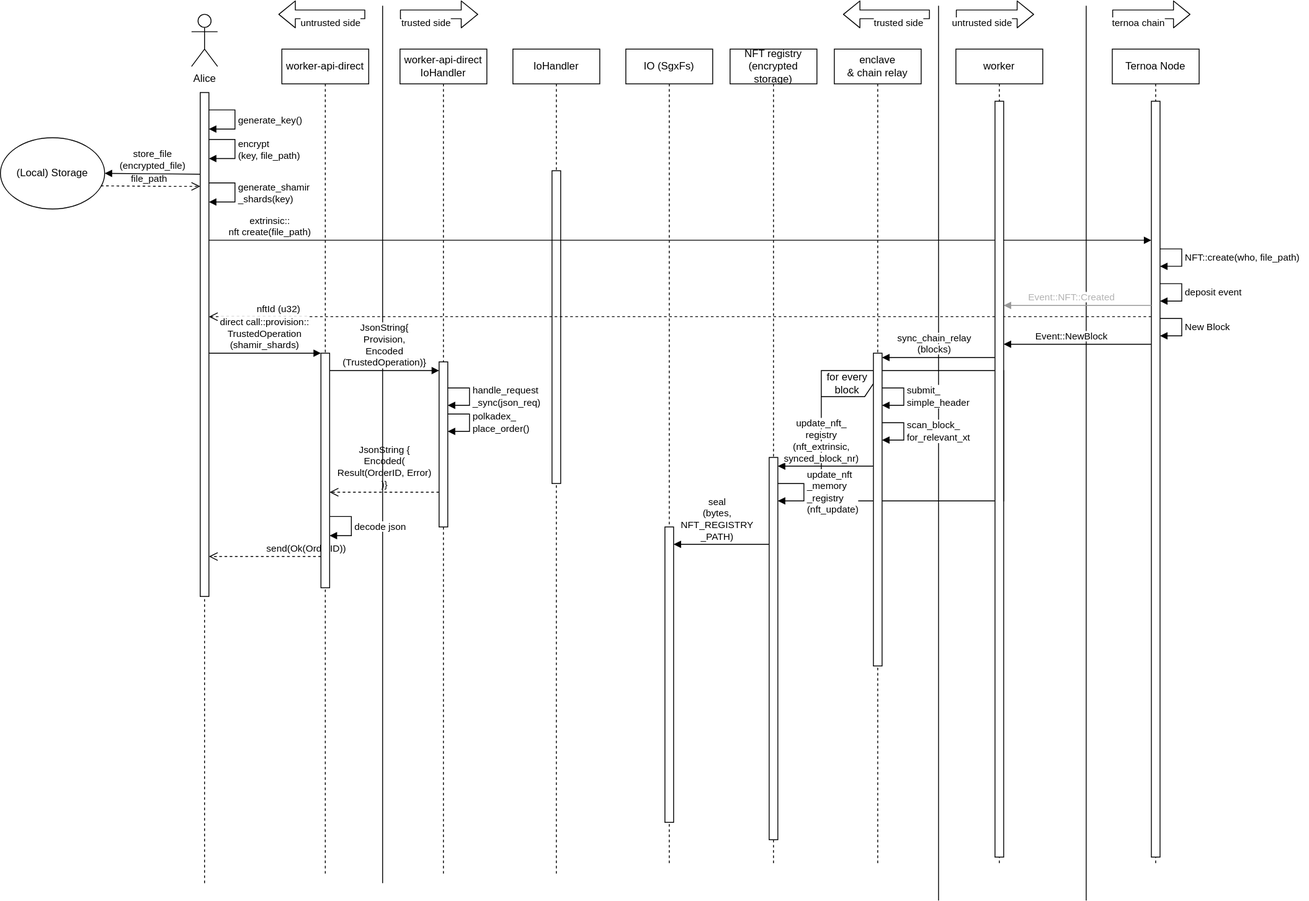
Earlier version of the draw.io export capsule_sequence_diagram.svg (haerdib/substraTEE_diagramms). Source tidied: cells renumbered, new cells last; positions are measured from the earlier drawing's top-left corner, leaving out a move shared by most shapes.
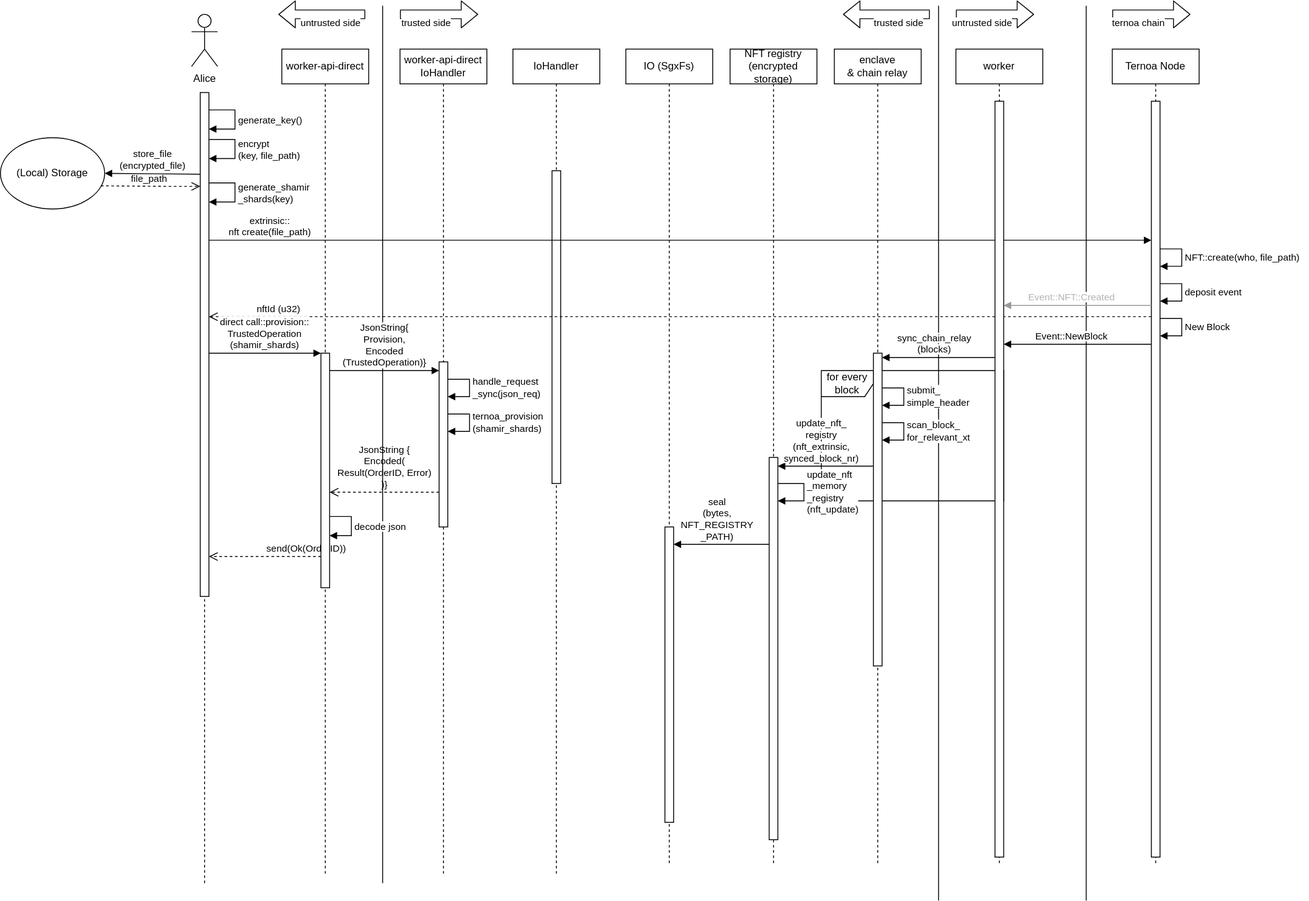
Later version of the same file.

Change to the diagram source:
```diff
@@ -306,15 +306,15 @@
     </mxCell>
     <mxCell id="58" value="&lt;div&gt;handle_request&lt;/div&gt;&lt;div&gt;_sync(json_req)&lt;br&gt;&lt;/div&gt;" style="edgeStyle=orthogonalEdgeStyle;html=1;align=left;spacingLeft=2;endArrow=block;rounded=0;" parent="1" edge="1">
       <mxGeometry relative="1" as="geometry">
-        <mxPoint x="515" y="440" as="sourcePoint" />
-        <mxPoint x="515" y="460" as="targetPoint" />
+        <mxPoint x="515" y="430" as="sourcePoint" />
+        <mxPoint x="515" y="450" as="targetPoint" />
         <Array as="points">
-          <mxPoint x="540" y="440" />
-          <mxPoint x="540" y="460" />
+          <mxPoint x="540" y="430" />
+          <mxPoint x="540" y="450" />
         </Array>
       </mxGeometry>
     </mxCell>
-    <mxCell id="59" value="&lt;div&gt;polkadex_&lt;/div&gt;&lt;div&gt;place_order()&lt;/div&gt;" style="edgeStyle=orthogonalEdgeStyle;html=1;align=left;spacingLeft=2;endArrow=block;rounded=0;" parent="1" edge="1" source="19" target="19">
+    <mxCell id="59" value="&lt;div&gt;ternoa_provision&lt;/div&gt;&lt;div&gt;(shamir_shards)&lt;/div&gt;" style="edgeStyle=orthogonalEdgeStyle;html=1;align=left;spacingLeft=2;endArrow=block;rounded=0;" parent="1" edge="1" source="19" target="19">
       <mxGeometry relative="1" as="geometry">
         <Array as="points">
           <mxPoint x="540" y="470" />
```
